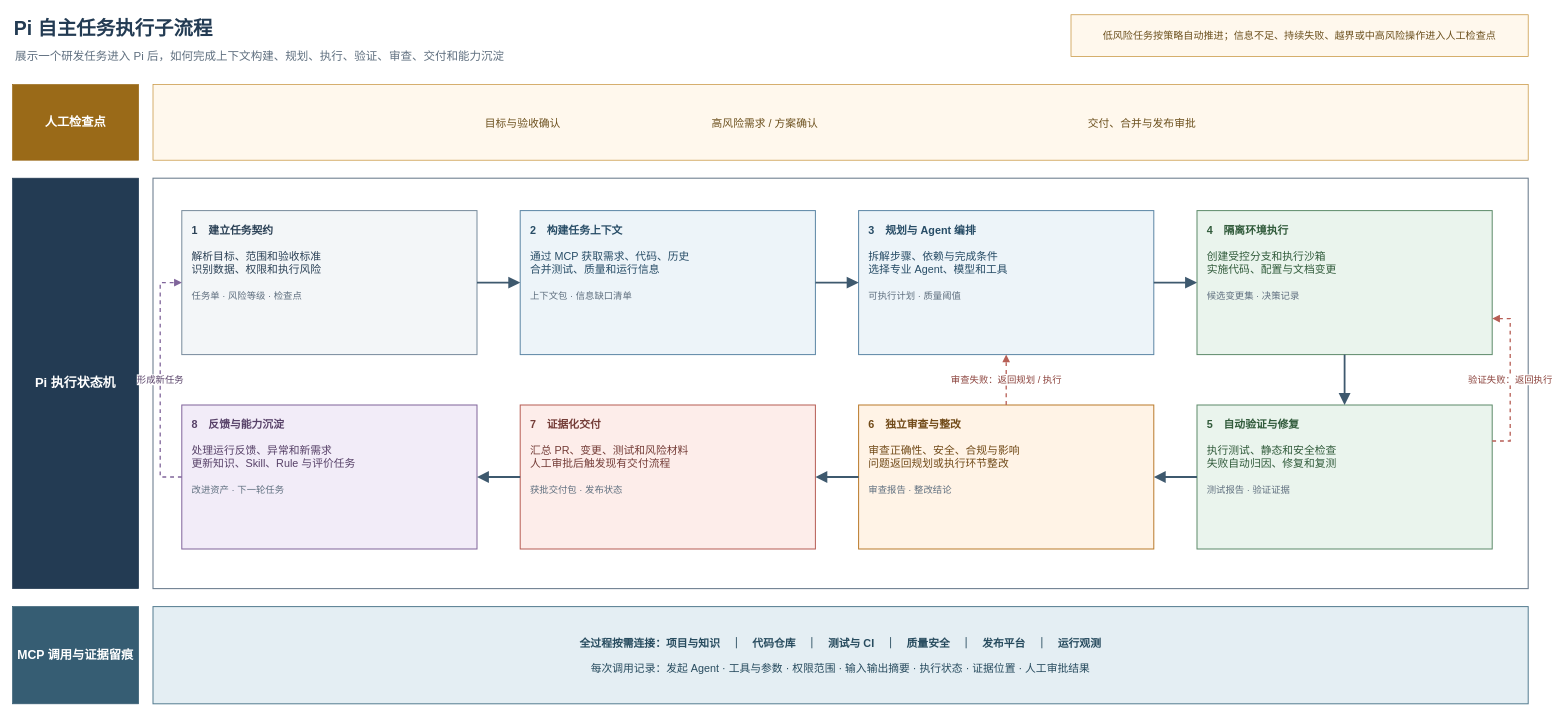
This is diagrams/current/图6_Pi自主任务执行子流程.drawio from GeHahahaha/AI-paper, a draw.io file, before an edit. Source tidied: cells renumbered, new cells numbered last; positions are measured from the earlier drawing's top-left corner, leaving out a move shared by most shapes. Both pictures are drawn from the tidied source at 72%, with x=0, y=0 at pixel (12, 12).
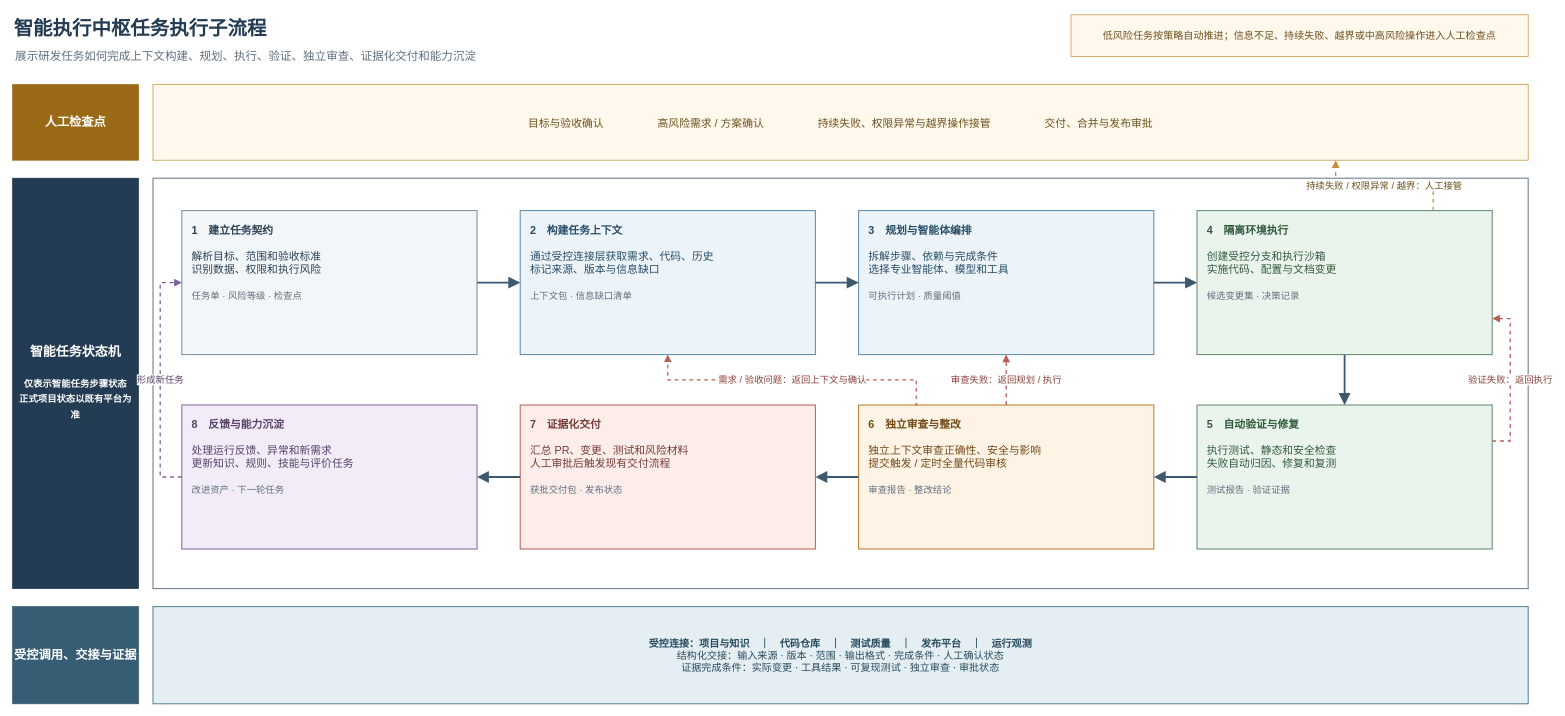
Above is the later version.

The change refers to these unchanged cells:
```xml
<mxCell id="12" value="&lt;b&gt;4　隔离环境执行&lt;/b&gt;&lt;br&gt;&lt;br&gt;创建受控分支和执行沙箱&lt;br&gt;实施代码、配置与文档变更&lt;br&gt;&lt;br&gt;&lt;font style=&quot;font-size:13px;color:#5F6F7F&quot;&gt;候选变更集 · 决策记录&lt;/font&gt;" style="rounded=0;whiteSpace=wrap;html=1;fillColor=#EAF4ED;strokeColor=#5E8B6B;strokeWidth=1.4;fontFamily=Microsoft YaHei;fontColor=#315B3B;fontSize=15;align=left;verticalAlign=top;spacing=14;" parent="1" vertex="1">
  <mxGeometry x="1645" y="275" width="410" height="200" as="geometry" />
</mxCell>
```

Diff of the diagram source:
```diff
@@
-    <mxCell id="2" value="Pi 自主任务执行子流程" style="text;html=1;align=left;verticalAlign=middle;fontFamily=Microsoft YaHei;fontSize=27;fontStyle=1;fontColor=#233B53;" parent="1" vertex="1">
-      <mxGeometry width="800" height="44" as="geometry" />
+    <mxCell id="2" value="智能执行中枢任务执行子流程" style="text;html=1;align=left;verticalAlign=middle;fontFamily=Microsoft YaHei;fontSize=27;fontStyle=1;fontColor=#233B53;" parent="1" vertex="1">
+      <mxGeometry width="900" height="44" as="geometry" />
     </mxCell>
-    <mxCell id="3" value="展示一个研发任务进入 Pi 后，如何完成上下文构建、规划、执行、验证、审查、交付和能力沉淀" style="text;html=1;align=left;verticalAlign=middle;fontFamily=Microsoft YaHei;fontSize=16;fontColor=#5F6F7F;" parent="1" vertex="1">
-      <mxGeometry x="2" y="45" width="1600" height="30" as="geometry" />
+    <mxCell id="3" value="展示研发任务如何完成上下文构建、规划、执行、验证、独立审查、证据化交付和能力沉淀" style="text;html=1;align=left;verticalAlign=middle;fontFamily=Microsoft YaHei;fontSize=16;fontColor=#5F6F7F;" parent="1" vertex="1">
+      <mxGeometry x="2" y="45" width="1400" height="30" as="geometry" />
     </mxCell>
@@
-    <mxCell id="6" value="目标与验收确认　　　　　　　　　　　　　　高风险需求 / 方案确认　　　　　　　　　　　　　　　　　　　　　　　　　交付、合并与发布审批" style="rounded=0;whiteSpace=wrap;html=1;fillColor=#FFF8ED;strokeColor=#C6923A;fontFamily=Microsoft YaHei;fontColor=#6C501D;fontSize=15;align=center;verticalAlign=middle;" parent="1" vertex="1">
+    <mxCell id="6" value="目标与验收确认　　　　　高风险需求 / 方案确认　　　　　持续失败、权限异常与越界操作接管　　　　　交付、合并与发布审批" style="rounded=0;whiteSpace=wrap;html=1;fillColor=#FFF8ED;strokeColor=#C6923A;fontFamily=Microsoft YaHei;fontColor=#6C501D;fontSize=15;align=center;verticalAlign=middle;" parent="1" vertex="1">
       <mxGeometry x="195" y="100" width="1910" height="105" as="geometry" />
     </mxCell>
-    <mxCell id="7" value="Pi 执行状态机" style="rounded=0;whiteSpace=wrap;html=1;fillColor=#233B53;strokeColor=#233B53;fontFamily=Microsoft YaHei;fontColor=#FFFFFF;fontSize=18;fontStyle=1;align=center;verticalAlign=middle;" parent="1" vertex="1">
+    <mxCell id="7" value="&lt;b&gt;智能任务状态机&lt;/b&gt;&lt;br&gt;&lt;br&gt;&lt;font style=&quot;font-size:13px&quot;&gt;仅表示智能任务步骤状态&lt;br&gt;正式项目状态以既有平台为准&lt;/font&gt;" style="rounded=0;whiteSpace=wrap;html=1;fillColor=#233B53;strokeColor=#233B53;fontFamily=Microsoft YaHei;fontColor=#FFFFFF;fontSize=18;fontStyle=1;align=center;verticalAlign=middle;spacing=10;" parent="1" vertex="1">
       <mxGeometry y="230" width="175" height="570" as="geometry" />
     </mxCell>
@@
-    <mxCell id="10" value="&lt;b&gt;2　构建任务上下文&lt;/b&gt;&lt;br&gt;&lt;br&gt;通过 MCP 获取需求、代码、历史&lt;br&gt;合并测试、质量和运行信息&lt;br&gt;&lt;br&gt;&lt;font style=&quot;font-size:13px;color:#5F6F7F&quot;&gt;上下文包 · 信息缺口清单&lt;/font&gt;" style="rounded=0;whiteSpace=wrap;html=1;fillColor=#EDF4F9;strokeColor=#5C86A5;strokeWidth=1.4;fontFamily=Microsoft YaHei;fontColor=#274C66;fontSize=15;align=left;verticalAlign=top;spacing=14;" parent="1" vertex="1">
+    <mxCell id="10" value="&lt;b&gt;2　构建任务上下文&lt;/b&gt;&lt;br&gt;&lt;br&gt;通过受控连接层获取需求、代码、历史&lt;br&gt;标记来源、版本与信息缺口&lt;br&gt;&lt;br&gt;&lt;font style=&quot;font-size:13px;color:#5F6F7F&quot;&gt;上下文包 · 信息缺口清单&lt;/font&gt;" style="rounded=0;whiteSpace=wrap;html=1;fillColor=#EDF4F9;strokeColor=#5C86A5;strokeWidth=1.4;fontFamily=Microsoft YaHei;fontColor=#274C66;fontSize=15;align=left;verticalAlign=top;spacing=14;" parent="1" vertex="1">
       <mxGeometry x="705" y="275" width="410" height="200" as="geometry" />
     </mxCell>
-    <mxCell id="11" value="&lt;b&gt;3　规划与 Agent 编排&lt;/b&gt;&lt;br&gt;&lt;br&gt;拆解步骤、依赖与完成条件&lt;br&gt;选择专业 Agent、模型和工具&lt;br&gt;&lt;br&gt;&lt;font style=&quot;font-size:13px;color:#5F6F7F&quot;&gt;可执行计划 · 质量阈值&lt;/font&gt;" style="rounded=0;whiteSpace=wrap;html=1;fillColor=#EDF4F9;strokeColor=#5C86A5;strokeWidth=1.4;fontFamily=Microsoft YaHei;fontColor=#274C66;fontSize=15;align=left;verticalAlign=top;spacing=14;" parent="1" vertex="1">
+    <mxCell id="11" value="&lt;b&gt;3　规划与智能体编排&lt;/b&gt;&lt;br&gt;&lt;br&gt;拆解步骤、依赖与完成条件&lt;br&gt;选择专业智能体、模型和工具&lt;br&gt;&lt;br&gt;&lt;font style=&quot;font-size:13px;color:#5F6F7F&quot;&gt;可执行计划 · 质量阈值&lt;/font&gt;" style="rounded=0;whiteSpace=wrap;html=1;fillColor=#EDF4F9;strokeColor=#5C86A5;strokeWidth=1.4;fontFamily=Microsoft YaHei;fontColor=#274C66;fontSize=15;align=left;verticalAlign=top;spacing=14;" parent="1" vertex="1">
       <mxGeometry x="1175" y="275" width="410" height="200" as="geometry" />
     </mxCell>
@@
-    <mxCell id="14" value="&lt;b&gt;6　独立审查与整改&lt;/b&gt;&lt;br&gt;&lt;br&gt;审查正确性、安全、合规与影响&lt;br&gt;问题返回规划或执行环节整改&lt;br&gt;&lt;br&gt;&lt;font style=&quot;font-size:13px;color:#5F6F7F&quot;&gt;审查报告 · 整改结论&lt;/font&gt;" style="rounded=0;whiteSpace=wrap;html=1;fillColor=#FFF3E6;strokeColor=#BA7B2C;strokeWidth=1.4;fontFamily=Microsoft YaHei;fontColor=#714A18;fontSize=15;align=left;verticalAlign=top;spacing=14;" parent="1" vertex="1">
+    <mxCell id="14" value="&lt;b&gt;6　独立审查与整改&lt;/b&gt;&lt;br&gt;&lt;br&gt;独立上下文审查正确性、安全与影响&lt;br&gt;提交触发 / 定时全量代码审核&lt;br&gt;&lt;br&gt;&lt;font style=&quot;font-size:13px;color:#5F6F7F&quot;&gt;审查报告 · 整改结论&lt;/font&gt;" style="rounded=0;whiteSpace=wrap;html=1;fillColor=#FFF3E6;strokeColor=#BA7B2C;strokeWidth=1.4;fontFamily=Microsoft YaHei;fontColor=#714A18;fontSize=15;align=left;verticalAlign=top;spacing=14;" parent="1" vertex="1">
       <mxGeometry x="1175" y="545" width="410" height="200" as="geometry" />
     </mxCell>
@@
-    <mxCell id="16" value="&lt;b&gt;8　反馈与能力沉淀&lt;/b&gt;&lt;br&gt;&lt;br&gt;处理运行反馈、异常和新需求&lt;br&gt;更新知识、Skill、Rule 与评价任务&lt;br&gt;&lt;br&gt;&lt;font style=&quot;font-size:13px;color:#5F6F7F&quot;&gt;改进资产 · 下一轮任务&lt;/font&gt;" style="rounded=0;whiteSpace=wrap;html=1;fillColor=#F2ECF8;strokeColor=#80659B;strokeWidth=1.4;fontFamily=Microsoft YaHei;fontColor=#574168;fontSize=15;align=left;verticalAlign=top;spacing=14;" parent="1" vertex="1">
+    <mxCell id="16" value="&lt;b&gt;8　反馈与能力沉淀&lt;/b&gt;&lt;br&gt;&lt;br&gt;处理运行反馈、异常和新需求&lt;br&gt;更新知识、规则、技能与评价任务&lt;br&gt;&lt;br&gt;&lt;font style=&quot;font-size:13px;color:#5F6F7F&quot;&gt;改进资产 · 下一轮任务&lt;/font&gt;" style="rounded=0;whiteSpace=wrap;html=1;fillColor=#F2ECF8;strokeColor=#80659B;strokeWidth=1.4;fontFamily=Microsoft YaHei;fontColor=#574168;fontSize=15;align=left;verticalAlign=top;spacing=14;" parent="1" vertex="1">
       <mxGeometry x="235" y="545" width="410" height="200" as="geometry" />
     </mxCell>
@@
+    <mxCell id="29" value="需求 / 验收问题：返回上下文与确认" style="edgeStyle=orthogonalEdgeStyle;rounded=0;html=1;strokeColor=#B75E55;strokeWidth=1.7;dashed=1;endArrow=block;endFill=1;exitX=0.2;exitY=0;entryX=0.5;entryY=1;fontFamily=Microsoft YaHei;fontColor=#8A403A;fontSize=13;labelBackgroundColor=#FFFFFF;" parent="1" edge="1" source="14" target="10">
+      <mxGeometry relative="1" as="geometry">
+        <Array as="points">
+          <mxPoint x="1255" y="510" />
+          <mxPoint x="910" y="510" />
+        </Array>
+      </mxGeometry>
+    </mxCell>
+    <mxCell id="30" value="持续失败 / 权限异常 / 越界：人工接管" style="edgeStyle=orthogonalEdgeStyle;rounded=0;html=1;strokeColor=#C6923A;strokeWidth=1.8;dashed=1;endArrow=block;endFill=1;exitX=0.8;exitY=0;entryX=0.86;entryY=1;fontFamily=Microsoft YaHei;fontColor=#6C501D;fontSize=13;labelBackgroundColor=#FFFFFF;" parent="1" edge="1" source="12" target="6">
+      <mxGeometry relative="1" as="geometry" />
+    </mxCell>
-    <mxCell id="27" value="MCP 调用与证据留痕" style="rounded=0;whiteSpace=wrap;html=1;fillColor=#365D73;strokeColor=#365D73;fontFamily=Microsoft YaHei;fontColor=#FFFFFF;fontSize=17;fontStyle=1;align=center;verticalAlign=middle;" parent="1" vertex="1">
+    <mxCell id="27" value="受控调用、交接与证据" style="rounded=0;whiteSpace=wrap;html=1;fillColor=#365D73;strokeColor=#365D73;fontFamily=Microsoft YaHei;fontColor=#FFFFFF;fontSize=17;fontStyle=1;align=center;verticalAlign=middle;" parent="1" vertex="1">
       <mxGeometry y="825" width="175" height="135" as="geometry" />
     </mxCell>
-    <mxCell id="28" value="&lt;b&gt;全过程按需连接：项目与知识　｜　代码仓库　｜　测试与 CI　｜　质量安全　｜　发布平台　｜　运行观测&lt;/b&gt;&lt;br&gt;&lt;br&gt;每次调用记录：发起 Agent · 工具与参数 · 权限范围 · 输入输出摘要 · 执行状态 · 证据位置 · 人工审批结果" style="rounded=0;whiteSpace=wrap;html=1;fillColor=#E4EEF3;strokeColor=#557D91;strokeWidth=1.4;fontFamily=Microsoft YaHei;fontColor=#274B5E;fontSize=15;align=center;verticalAlign=middle;spacing=12;" parent="1" vertex="1">
+    <mxCell id="28" value="&lt;b&gt;受控连接：项目与知识　｜　代码仓库　｜　测试质量　｜　发布平台　｜　运行观测&lt;/b&gt;&lt;br&gt;结构化交接：输入来源 · 版本 · 范围 · 输出格式 · 完成条件 · 人工确认状态&lt;br&gt;证据完成条件：实际变更 · 工具结果 · 可复现测试 · 独立审查 · 审批状态" style="rounded=0;whiteSpace=wrap;html=1;fillColor=#E4EEF3;strokeColor=#557D91;strokeWidth=1.4;fontFamily=Microsoft YaHei;fontColor=#274B5E;fontSize=14;align=center;verticalAlign=middle;spacing=10;" parent="1" vertex="1">
       <mxGeometry x="195" y="825" width="1910" height="135" as="geometry" />
     </mxCell>
```
